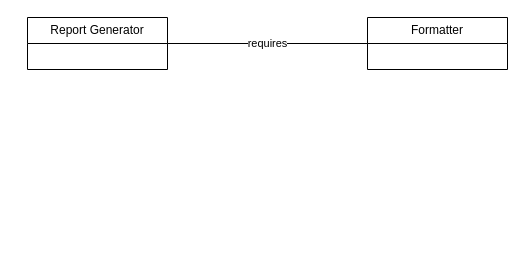
This is tuto3q1.drawio from justn0thinghere/drawio, a draw.io file, before an edit. Source tidied: cells renumbered, new cells numbered last; positions are measured from the earlier drawing's top-left corner, leaving out a move shared by most shapes. Both pictures are drawn from the tidied source at 100%, with x=0, y=0 at pixel (27, 17).
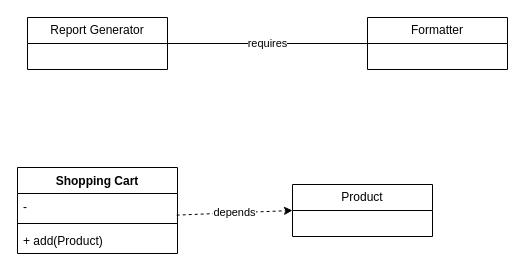
Above is the later version.

The edit, as a diff of the source:
```diff
@@
 <mxGraphModel>
   <root>
     <mxCell id="0" />
     <mxCell id="1" parent="0" />
     <mxCell id="2" value="Report Generator" style="swimlane;fontStyle=0;horizontal=1;startSize=26;fillColor=none;whiteSpace=wrap;html=1;" parent="1" vertex="1">
       <mxGeometry width="140" height="52" as="geometry" />
     </mxCell>
     <mxCell id="3" value="Formatter" style="swimlane;fontStyle=0;horizontal=1;startSize=26;fillColor=none;whiteSpace=wrap;html=1;" parent="1" vertex="1">
       <mxGeometry x="340" width="140" height="52" as="geometry" />
     </mxCell>
     <mxCell id="4" value="requires" style="endArrow=none;html=1;rounded=0;exitX=1;exitY=0.5;exitDx=0;exitDy=0;entryX=0;entryY=0.5;entryDx=0;entryDy=0;" parent="1" edge="1" source="2" target="3">
       <mxGeometry relative="1" as="geometry" />
     </mxCell>
+    <mxCell id="5" value="Shopping Cart" style="swimlane;fontStyle=1;align=center;verticalAlign=top;horizontal=1;startSize=26;whiteSpace=wrap;html=1;" parent="1" vertex="1">
+      <mxGeometry x="-10" y="150" width="160" height="86" as="geometry" />
+    </mxCell>
+    <mxCell id="6" value="-" style="text;strokeColor=none;fillColor=none;align=left;verticalAlign=top;spacingLeft=4;spacingRight=4;overflow=hidden;points=[[0,0.5],[1,0.5]];portConstraint=eastwest;whiteSpace=wrap;html=1;" parent="5" vertex="1">
+      <mxGeometry y="26" width="160" height="26" as="geometry" />
+    </mxCell>
+    <mxCell id="7" style="line;strokeWidth=1;fillColor=none;align=left;verticalAlign=middle;spacingTop=-1;spacingLeft=3;spacingRight=3;labelPosition=right;strokeColor=inherit;" parent="5" vertex="1">
+      <mxGeometry y="52" width="160" height="8" as="geometry" />
+    </mxCell>
+    <mxCell id="8" value="+ add(Product)" style="text;strokeColor=none;fillColor=none;align=left;verticalAlign=top;spacingLeft=4;spacingRight=4;overflow=hidden;whiteSpace=wrap;html=1;" parent="5" vertex="1">
+      <mxGeometry y="60" width="160" height="26" as="geometry" />
+    </mxCell>
+    <mxCell id="9" value="Product" style="swimlane;fontStyle=0;horizontal=1;startSize=26;fillColor=none;whiteSpace=wrap;html=1;" parent="1" vertex="1">
+      <mxGeometry x="265" y="167" width="140" height="52" as="geometry" />
+    </mxCell>
+    <mxCell id="10" value="depends" style="endArrow=classic;html=1;rounded=0;exitX=0.995;exitY=0.831;exitDx=0;exitDy=0;exitPerimeter=0;entryX=0;entryY=0.5;entryDx=0;entryDy=0;dashed=1;" parent="1" edge="1" source="6" target="9">
+      <mxGeometry relative="1" as="geometry" />
+    </mxCell>
   </root>
 </mxGraphModel>
```
